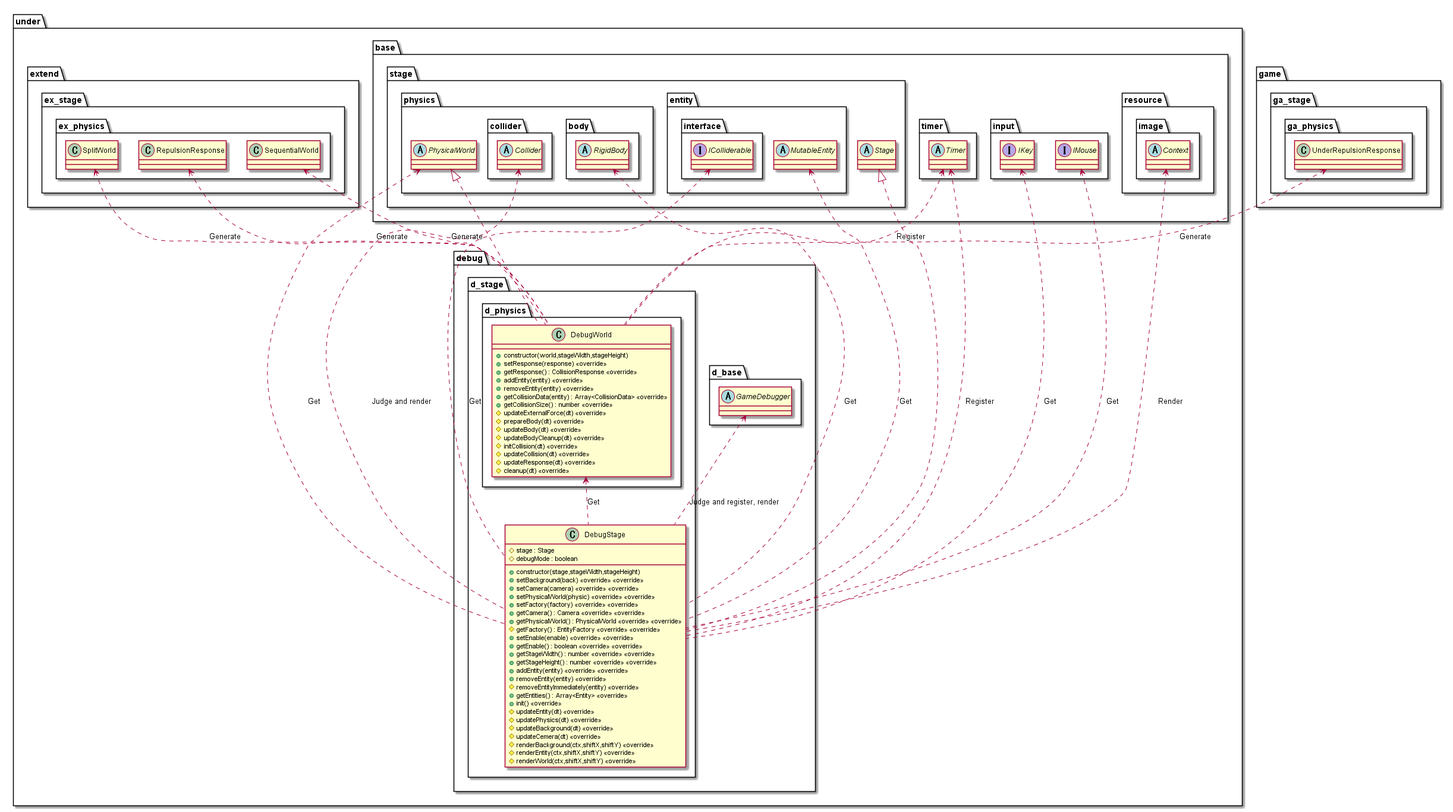
The PlantUML diagram out/uml/debug/Stage/DebugStage.png in Expine/Under, before a commit.
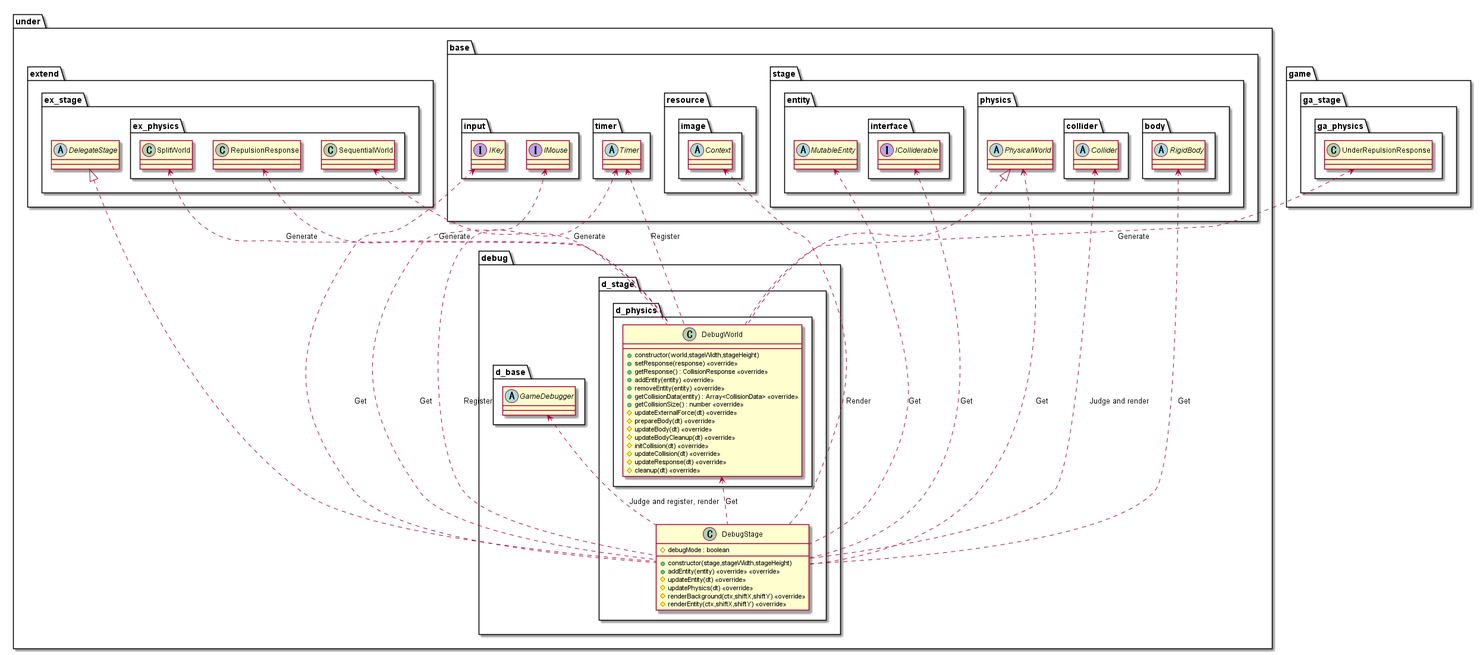
The same file after the commit.

The edit, as a diff of the source:
```diff
@@ -5,31 +5,12 @@
         package d_stage {
             class DebugStage {
                 +constructor(stage,stageWidth,stageHeight)
-                #stage : Stage
                 #debugMode : boolean
-                +setBackground(back) <<override>> <<override>>
-                +setCamera(camera) <<override>> <<override>>
-                +setPhysicalWorld(physic) <<override>> <<override>>
-                +setFactory(factory) <<override>> <<override>>
-                +getCamera() : Camera <<override>> <<override>>
-                +getPhysicalWorld() : PhysicalWorld <<override>> <<override>>
-                #getFactory() : EntityFactory <<override>> <<override>>
-                +setEnable(enable) <<override>> <<override>>
-                +getEnable() : boolean <<override>> <<override>>
-                +getStageWidth() : number <<override>> <<override>>
-                +getStageHeight() : number <<override>> <<override>>
                 +addEntity(entity) <<override>> <<override>>
-                +removeEntity(entity) <<override>>
-                #removeEntityImmediately(entity) <<override>>
-                +getEntities() : Array<Entity> <<override>>
-                +init() <<override>>
                 #updateEntity(dt) <<override>>
                 #updatePhysics(dt) <<override>>
-                #updateBackground(dt) <<override>>
-                #updateCemera(dt) <<override>>
                 #renderBackground(ctx,shiftX,shiftY) <<override>>
                 #renderEntity(ctx,shiftX,shiftY) <<override>>
-                #renderWorld(ctx,shiftX,shiftY) <<override>>
             }
             package d_physics {
                 class DebugWorld {
@@ -66,7 +47,6 @@
             }
         }
         package stage {
-            abstract Stage
             package entity {
                 abstract MutableEntity
                 package interface {
@@ -94,6 +74,7 @@
     }
     package extend {
         package ex_stage {
+            abstract DelegateStage
             package ex_physics {
                 class SequentialWorld
                 class SplitWorld
@@ -129,7 +110,7 @@
 SequentialWorld <.. DebugWorld : Generate
 SplitWorld <.. DebugWorld : Generate
 
-Stage <|.. DebugStage
+DelegateStage <|.. DebugStage
 PhysicalWorld <|.. DebugWorld
 
 @enduml
```
